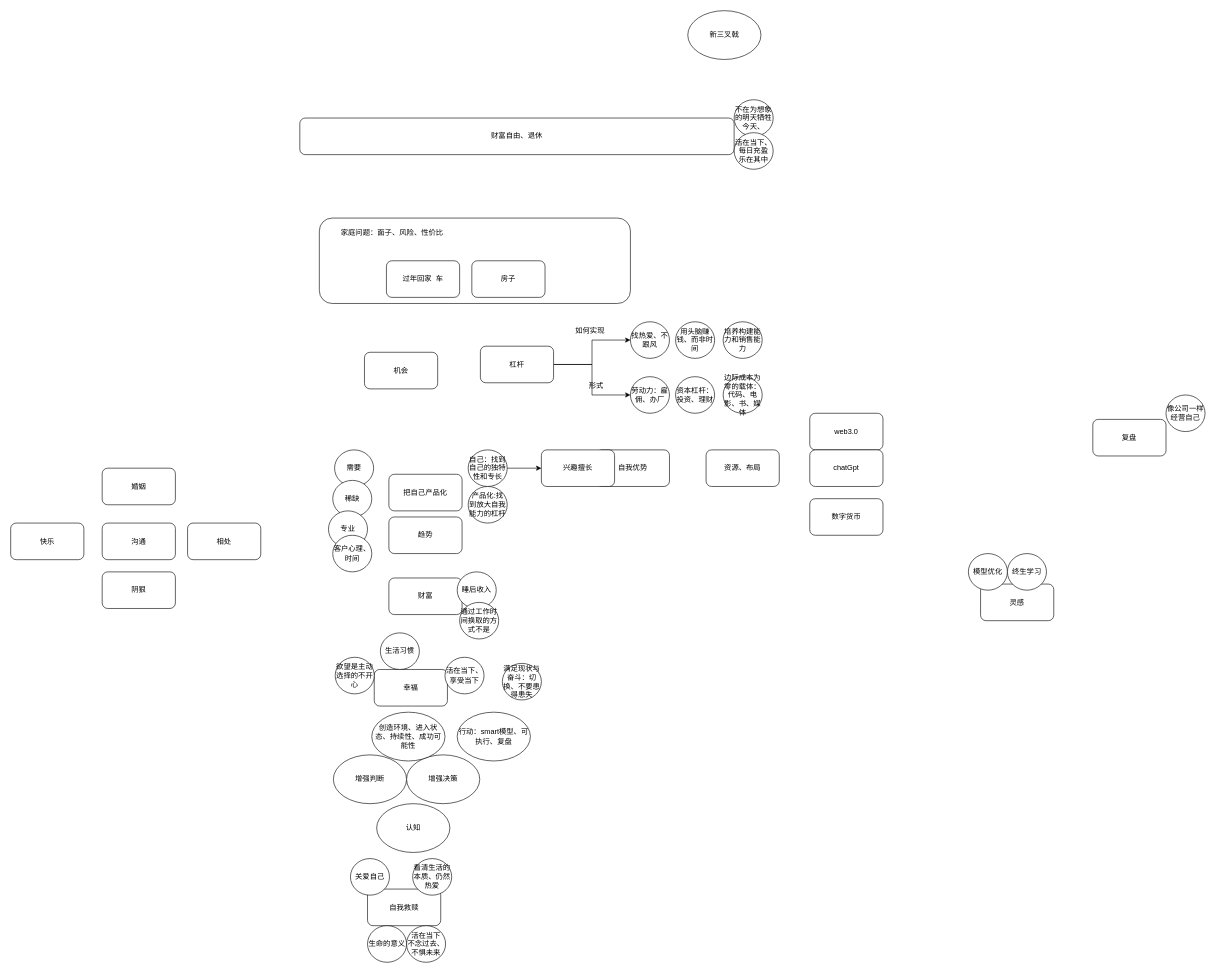
Earlier version of the draw.io diagram menus/财富幸福.drawio (Asamiyaa/microservice-k8s-yun). Source tidied: cells renumbered, new cells numbered last; positions are measured from the earlier drawing's top-left corner, leaving out a move shared by most shapes. Both pictures are drawn from the tidied source at 61%, with x=0, y=0 at pixel (10, 10).
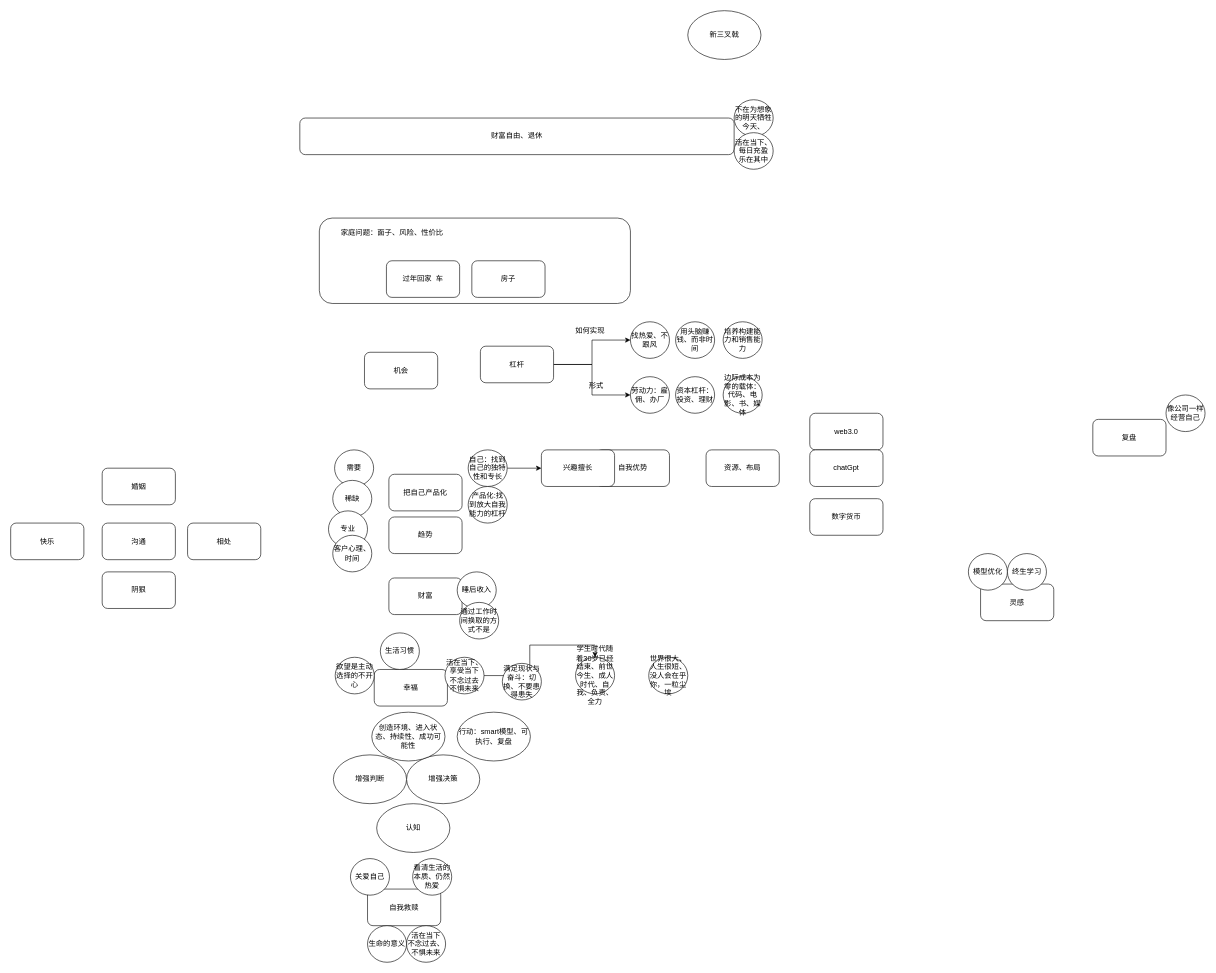
The same diagram, later.

Commit message:
更新财富幸福.drawio

Change to the diagram source:
```diff
@@
+    <mxCell id="65" style="edgeStyle=orthogonalEdgeStyle;rounded=0;jettySize=auto;html=1;exitX=1;exitY=0.5;exitDx=0;exitDy=0;entryX=0.5;entryY=0;entryDx=0;entryDy=0;" parent="1" edge="1" source="28" target="66">
+      <mxGeometry relative="1" as="geometry" />
+    </mxCell>
-    <mxCell id="28" value="活在当下、享受当下" style="ellipse;whiteSpace=wrap;html=1;" parent="1" vertex="1">
+    <mxCell id="28" value="活在当下、享受当下&lt;br&gt;不念过去&lt;br&gt;不惧未来" style="ellipse;whiteSpace=wrap;html=1;" parent="1" vertex="1">
       <mxGeometry x="712" y="1060" width="64" height="60" as="geometry" />
     </mxCell>
@@
+    <mxCell id="66" value="学生时代随着30岁已经结束、前世今生、成人时代、自我、负责、全力" style="ellipse;whiteSpace=wrap;html=1;" parent="1" vertex="1">
+      <mxGeometry x="926" y="1060" width="64" height="60" as="geometry" />
+    </mxCell>
+    <mxCell id="67" value="世界很大、人生很短、没人会在乎你，一粒尘埃" style="ellipse;whiteSpace=wrap;html=1;" parent="1" vertex="1">
+      <mxGeometry x="1046" y="1060" width="64" height="60" as="geometry" />
+    </mxCell>
```
